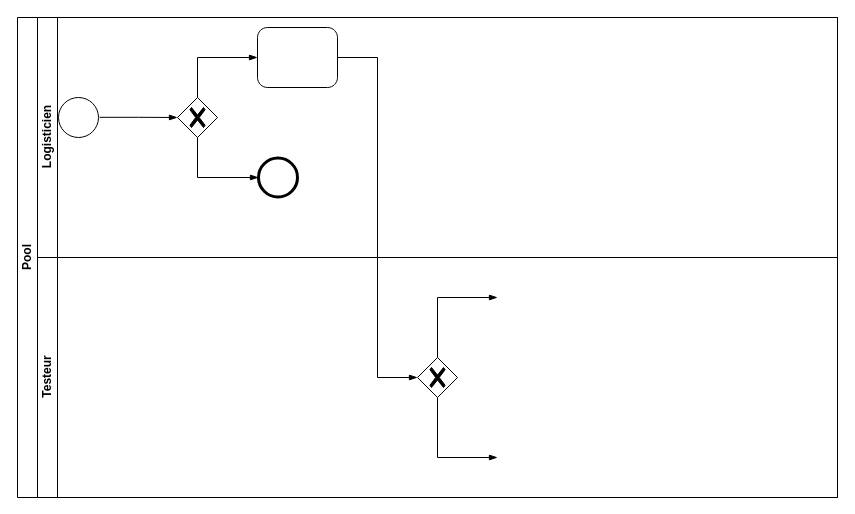
Above: RéceptionCommande.drawio in quemet/Draw.io (draw.io), before the change. Source tidied: cells renumbered, new cells numbered last; positions are measured from the earlier drawing's top-left corner, leaving out a move shared by most shapes. Both pictures are drawn from the tidied source at 100%, with x=0, y=0 at pixel (17, 17).
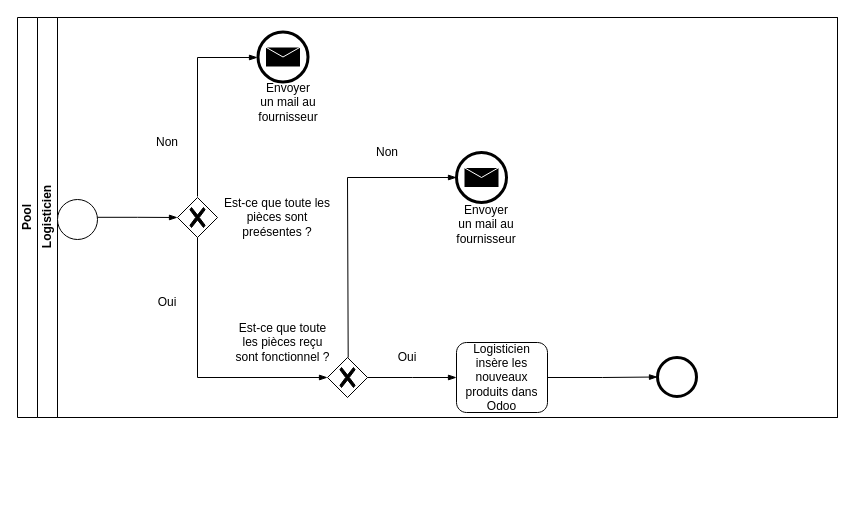
After the change.

Commit message:
Mettre à jour RéceptionCommande.drawio

What changed in the source:
```diff
@@
     <mxCell id="2" value="Pool" style="swimlane;html=1;horizontal=0;startSize=20;whiteSpace=wrap;" parent="1" vertex="1">
-      <mxGeometry width="820" height="480" as="geometry" />
+      <mxGeometry width="820" height="400" as="geometry" />
     </mxCell>
     <mxCell id="3" value="Logisticien" style="swimlane;html=1;startSize=20;horizontal=0;" parent="2" vertex="1">
-      <mxGeometry x="20" width="800" height="240" as="geometry" />
+      <mxGeometry x="20" width="800" height="400" as="geometry" />
     </mxCell>
     <mxCell id="4" style="shape=mxgraph.bpmn.event;html=1;verticalLabelPosition=bottom;labelBackgroundColor=#ffffff;verticalAlign=top;align=center;perimeter=ellipsePerimeter;outline=standard;symbol=general;" parent="3" vertex="1">
-      <mxGeometry x="21" y="80" width="40" height="40" as="geometry" />
+      <mxGeometry x="20" y="182" width="40" height="40" as="geometry" />
     </mxCell>
     <mxCell id="5" style="points=[[0.25,0.25,0],[0.5,0,0],[0.75,0.25,0],[1,0.5,0],[0.75,0.75,0],[0.5,1,0],[0.25,0.75,0],[0,0.5,0]];shape=mxgraph.bpmn.gateway2;html=1;verticalLabelPosition=bottom;labelBackgroundColor=#ffffff;verticalAlign=top;align=center;perimeter=rhombusPerimeter;outlineConnect=0;outline=none;symbol=none;gwType=exclusive;" parent="3" vertex="1">
-      <mxGeometry x="140" y="80" width="40" height="40" as="geometry" />
+      <mxGeometry x="140" y="180" width="40" height="40" as="geometry" />
     </mxCell>
     <mxCell id="6" style="edgeStyle=elbowEdgeStyle;fontSize=12;html=1;endArrow=blockThin;endFill=1;rounded=0;entryX=0;entryY=0.5;entryDx=0;entryDy=0;entryPerimeter=0;" parent="3" edge="1" target="5">
       <mxGeometry relative="1" as="geometry">
-        <mxPoint x="62" y="99.8" as="sourcePoint" />
+        <mxPoint x="60" y="199.8" as="sourcePoint" />
       </mxGeometry>
     </mxCell>
@@
-    <mxCell id="8" style="edgeStyle=elbowEdgeStyle;fontSize=12;html=1;endArrow=blockThin;endFill=1;rounded=0;entryX=0;entryY=0.5;entryDx=0;entryDy=0;entryPerimeter=0;" parent="3" edge="1" target="10">
-      <mxGeometry relative="1" as="geometry">
-        <mxPoint x="160" y="80" as="sourcePoint" />
-        <Array as="points">
-          <mxPoint x="160" y="60" />
-        </Array>
-      </mxGeometry>
-    </mxCell>
-    <mxCell id="9" style="edgeStyle=elbowEdgeStyle;fontSize=12;html=1;endArrow=blockThin;endFill=1;rounded=0;entryX=0;entryY=0.5;entryDx=0;entryDy=0;entryPerimeter=0;" parent="3" edge="1" target="11">
-      <mxGeometry relative="1" as="geometry">
-        <mxPoint x="160" y="120" as="sourcePoint" />
-        <Array as="points">
-          <mxPoint x="160" y="160" />
-        </Array>
-      </mxGeometry>
-    </mxCell>
-    <mxCell id="10" style="points=[[0.25,0,0],[0.5,0,0],[0.75,0,0],[1,0.25,0],[1,0.5,0],[1,0.75,0],[0.75,1,0],[0.5,1,0],[0.25,1,0],[0,0.75,0],[0,0.5,0],[0,0.25,0]];shape=mxgraph.bpmn.task;whiteSpace=wrap;rectStyle=rounded;size=10;html=1;taskMarker=abstract;" parent="3" vertex="1">
-      <mxGeometry x="220" y="10" width="80" height="60" as="geometry" />
-    </mxCell>
-    <mxCell id="11" style="points=[[0.145,0.145,0],[0.5,0,0],[0.855,0.145,0],[1,0.5,0],[0.855,0.855,0],[0.5,1,0],[0.145,0.855,0],[0,0.5,0]];shape=mxgraph.bpmn.event;html=1;verticalLabelPosition=bottom;labelBackgroundColor=#ffffff;verticalAlign=top;align=center;perimeter=ellipsePerimeter;outlineConnect=0;outline=end;symbol=terminate2;" parent="3" vertex="1">
-      <mxGeometry x="221" y="140.5" width="39" height="39" as="geometry" />
-    </mxCell>
-    <mxCell id="12" style="edgeStyle=elbowEdgeStyle;fontSize=12;html=1;endArrow=blockThin;endFill=1;rounded=0;" parent="3" edge="1">
-      <mxGeometry relative="1" as="geometry">
-        <mxPoint x="300" y="40" as="sourcePoint" />
-        <mxPoint x="380" y="360" as="targetPoint" />
-        <Array as="points">
-          <mxPoint x="340" y="280" />
-        </Array>
-      </mxGeometry>
-    </mxCell>
-    <mxCell id="13" value="Testeur" style="swimlane;html=1;startSize=20;horizontal=0;" parent="2" vertex="1">
-      <mxGeometry x="20" y="240" width="800" height="240" as="geometry" />
-    </mxCell>
+    <mxCell id="17" style="edgeStyle=elbowEdgeStyle;fontSize=12;html=1;endArrow=blockThin;endFill=1;rounded=0;" parent="3" edge="1">
+      <mxGeometry relative="1" as="geometry">
+        <mxPoint x="160" y="220" as="sourcePoint" />
+        <mxPoint x="290" y="360" as="targetPoint" />
+        <Array as="points">
+          <mxPoint x="160" y="270" />
+        </Array>
+      </mxGeometry>
+    </mxCell>
+    <mxCell id="18" style="edgeStyle=elbowEdgeStyle;fontSize=12;html=1;endArrow=blockThin;endFill=1;rounded=0;" parent="3" edge="1">
+      <mxGeometry relative="1" as="geometry">
+        <mxPoint x="160" y="179" as="sourcePoint" />
+        <mxPoint x="220" y="40" as="targetPoint" />
+        <Array as="points">
+          <mxPoint x="160" y="80" />
+        </Array>
+      </mxGeometry>
+    </mxCell>
-    <mxCell id="14" style="points=[[0.25,0.25,0],[0.5,0,0],[0.75,0.25,0],[1,0.5,0],[0.75,0.75,0],[0.5,1,0],[0.25,0.75,0],[0,0.5,0]];shape=mxgraph.bpmn.gateway2;html=1;verticalLabelPosition=bottom;labelBackgroundColor=#ffffff;verticalAlign=top;align=center;perimeter=rhombusPerimeter;outlineConnect=0;outline=none;symbol=none;gwType=exclusive;" parent="13" vertex="1">
-      <mxGeometry x="380" y="100" width="40" height="40" as="geometry" />
+    <mxCell id="14" style="points=[[0.25,0.25,0],[0.5,0,0],[0.75,0.25,0],[1,0.5,0],[0.75,0.75,0],[0.5,1,0],[0.25,0.75,0],[0,0.5,0]];shape=mxgraph.bpmn.gateway2;html=1;verticalLabelPosition=bottom;labelBackgroundColor=#ffffff;verticalAlign=top;align=center;perimeter=rhombusPerimeter;outlineConnect=0;outline=none;symbol=none;gwType=exclusive;" parent="3" vertex="1">
+      <mxGeometry x="290" y="340" width="40" height="40" as="geometry" />
     </mxCell>
-    <mxCell id="15" style="edgeStyle=elbowEdgeStyle;fontSize=12;html=1;endArrow=blockThin;endFill=1;rounded=0;" parent="13" edge="1" source="14">
-      <mxGeometry relative="1" as="geometry">
-        <mxPoint x="460" y="40" as="targetPoint" />
-        <Array as="points">
-          <mxPoint x="400" y="60" />
-        </Array>
-      </mxGeometry>
-    </mxCell>
-    <mxCell id="16" style="edgeStyle=elbowEdgeStyle;fontSize=12;html=1;endArrow=blockThin;endFill=1;rounded=0;" parent="13" edge="1">
-      <mxGeometry relative="1" as="geometry">
-        <mxPoint x="400" y="140" as="sourcePoint" />
-        <mxPoint x="460" y="200" as="targetPoint" />
-        <Array as="points">
-          <mxPoint x="400" y="170" />
-        </Array>
-      </mxGeometry>
-    </mxCell>
+    <mxCell id="19" value="Logisticien insère les nouveaux produits dans Odoo" style="points=[[0.25,0,0],[0.5,0,0],[0.75,0,0],[1,0.25,0],[1,0.5,0],[1,0.75,0],[0.75,1,0],[0.5,1,0],[0.25,1,0],[0,0.75,0],[0,0.5,0],[0,0.25,0]];shape=mxgraph.bpmn.task;whiteSpace=wrap;rectStyle=rounded;size=10;html=1;taskMarker=abstract;" parent="3" vertex="1">
+      <mxGeometry x="419" y="325" width="91" height="70" as="geometry" />
+    </mxCell>
+    <mxCell id="20" value="Est-ce que toute les pièces sont preésentes ?" style="text;html=1;strokeColor=none;fillColor=none;align=center;verticalAlign=middle;whiteSpace=wrap;rounded=0;" parent="3" vertex="1">
+      <mxGeometry x="180" y="185" width="120" height="30" as="geometry" />
+    </mxCell>
+    <mxCell id="21" value="Non" style="text;html=1;strokeColor=none;fillColor=none;align=center;verticalAlign=middle;whiteSpace=wrap;rounded=0;" parent="3" vertex="1">
+      <mxGeometry x="100" y="110" width="60" height="30" as="geometry" />
+    </mxCell>
+    <mxCell id="22" value="Oui" style="text;html=1;strokeColor=none;fillColor=none;align=center;verticalAlign=middle;whiteSpace=wrap;rounded=0;" parent="3" vertex="1">
+      <mxGeometry x="100" y="270" width="60" height="30" as="geometry" />
+    </mxCell>
+    <mxCell id="23" style="edgeStyle=elbowEdgeStyle;fontSize=12;html=1;endArrow=blockThin;endFill=1;rounded=0;entryX=0;entryY=0.5;entryDx=0;entryDy=0;entryPerimeter=0;exitX=1;exitY=0.5;exitDx=0;exitDy=0;exitPerimeter=0;" parent="3" edge="1" source="14" target="19">
+      <mxGeometry relative="1" as="geometry" />
+    </mxCell>
+    <mxCell id="24" style="edgeStyle=elbowEdgeStyle;fontSize=12;html=1;endArrow=blockThin;endFill=1;rounded=0;entryX=0;entryY=0.5;entryDx=0;entryDy=0;entryPerimeter=0;" parent="3" edge="1" target="31">
+      <mxGeometry relative="1" as="geometry">
+        <mxPoint x="310.7" y="340" as="sourcePoint" />
+        <Array as="points">
+          <mxPoint x="310" y="280" />
+        </Array>
+      </mxGeometry>
+    </mxCell>
+    <mxCell id="25" value="Est-ce que toute les pièces reçu sont fonctionnel ?" style="text;html=1;strokeColor=none;fillColor=none;align=center;verticalAlign=middle;whiteSpace=wrap;rounded=0;" parent="3" vertex="1">
+      <mxGeometry x="195" y="310" width="101" height="30" as="geometry" />
+    </mxCell>
+    <mxCell id="26" value="Non" style="text;html=1;strokeColor=none;fillColor=none;align=center;verticalAlign=middle;whiteSpace=wrap;rounded=0;" parent="3" vertex="1">
+      <mxGeometry x="320" y="120" width="60" height="30" as="geometry" />
+    </mxCell>
+    <mxCell id="27" style="edgeStyle=elbowEdgeStyle;fontSize=12;html=1;endArrow=blockThin;endFill=1;rounded=0;entryX=0;entryY=0.5;entryDx=0;entryDy=0;entryPerimeter=0;" parent="3" edge="1" target="28">
+      <mxGeometry relative="1" as="geometry">
+        <mxPoint x="510" y="360" as="sourcePoint" />
+      </mxGeometry>
+    </mxCell>
+    <mxCell id="28" style="points=[[0.145,0.145,0],[0.5,0,0],[0.855,0.145,0],[1,0.5,0],[0.855,0.855,0],[0.5,1,0],[0.145,0.855,0],[0,0.5,0]];shape=mxgraph.bpmn.event;html=1;verticalLabelPosition=bottom;labelBackgroundColor=#ffffff;verticalAlign=top;align=center;perimeter=ellipsePerimeter;outlineConnect=0;outline=end;symbol=terminate2;" parent="3" vertex="1">
+      <mxGeometry x="620" y="340" width="39" height="39" as="geometry" />
+    </mxCell>
+    <mxCell id="29" style="shape=mxgraph.bpmn.event;html=1;verticalLabelPosition=bottom;labelBackgroundColor=#ffffff;verticalAlign=top;align=center;perimeter=ellipsePerimeter;outline=end;symbol=message;" parent="3" vertex="1">
+      <mxGeometry x="220.5" y="14.5" width="50" height="50" as="geometry" />
+    </mxCell>
+    <mxCell id="30" value="Oui" style="text;html=1;strokeColor=none;fillColor=none;align=center;verticalAlign=middle;whiteSpace=wrap;rounded=0;" parent="3" vertex="1">
+      <mxGeometry x="340" y="325" width="60" height="30" as="geometry" />
+    </mxCell>
+    <mxCell id="31" style="points=[[0.145,0.145,0],[0.5,0,0],[0.855,0.145,0],[1,0.5,0],[0.855,0.855,0],[0.5,1,0],[0.145,0.855,0],[0,0.5,0]];shape=mxgraph.bpmn.event;html=1;verticalLabelPosition=bottom;labelBackgroundColor=#ffffff;verticalAlign=top;align=center;perimeter=ellipsePerimeter;outlineConnect=0;outline=end;symbol=message;" parent="3" vertex="1">
+      <mxGeometry x="419" y="135" width="50" height="50" as="geometry" />
+    </mxCell>
+    <mxCell id="32" value="Envoyer un mail au fournisseur" style="text;html=1;strokeColor=none;fillColor=none;align=center;verticalAlign=middle;whiteSpace=wrap;rounded=0;" parent="3" vertex="1">
+      <mxGeometry x="221" y="70" width="60" height="30" as="geometry" />
+    </mxCell>
+    <mxCell id="33" value="Envoyer un mail au fournisseur" style="text;html=1;strokeColor=none;fillColor=none;align=center;verticalAlign=middle;whiteSpace=wrap;rounded=0;" parent="3" vertex="1">
+      <mxGeometry x="419" y="192" width="60" height="30" as="geometry" />
+    </mxCell>
```
